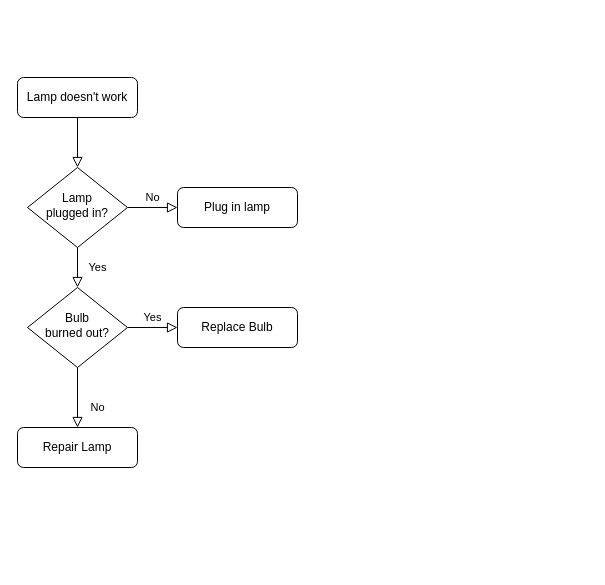
Above: Untitled Diagram.drawio in Thopc/Thopc (draw.io), before the change. Source tidied: cells renumbered, new cells numbered last; positions are measured from the earlier drawing's top-left corner, leaving out a move shared by most shapes. Both pictures are drawn from the tidied source at 100%, with x=0, y=0 at pixel (17, 77).
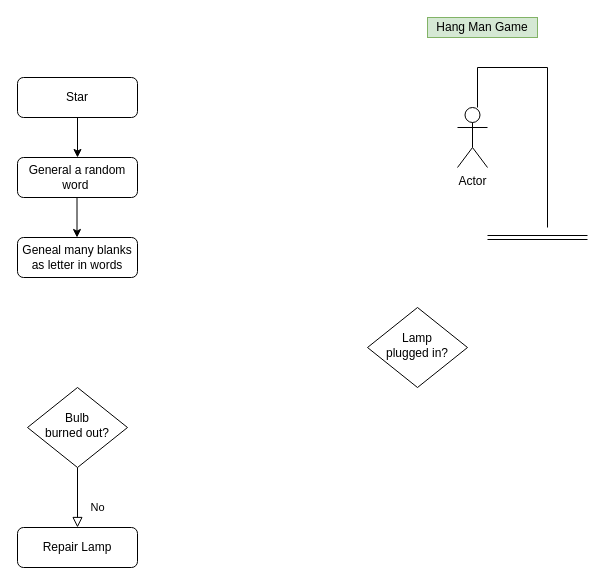
The same diagram, later.

Change to the diagram source:
```diff
@@
-    <mxCell id="2" style="rounded=0;html=1;jettySize=auto;fontSize=11;endArrow=block;endFill=0;endSize=8;strokeWidth=1;shadow=0;labelBackgroundColor=none;edgeStyle=orthogonalEdgeStyle;" parent="1" edge="1" source="3" target="6">
-      <mxGeometry relative="1" as="geometry" />
-    </mxCell>
-    <mxCell id="3" value="Lamp doesn't work" style="rounded=1;whiteSpace=wrap;html=1;fontSize=12;glass=0;strokeWidth=1;shadow=0;" parent="1" vertex="1">
+    <mxCell id="3" value="Star" style="rounded=1;whiteSpace=wrap;html=1;fontSize=12;glass=0;strokeWidth=1;shadow=0;" parent="1" vertex="1">
       <mxGeometry width="120" height="40" as="geometry" />
     </mxCell>
-    <mxCell id="4" value="Yes" style="rounded=0;html=1;jettySize=auto;fontSize=11;endArrow=block;endFill=0;endSize=8;strokeWidth=1;shadow=0;labelBackgroundColor=none;edgeStyle=orthogonalEdgeStyle;" parent="1" edge="1" source="6" target="10">
-      <mxGeometry y="20" relative="1" as="geometry" />
-    </mxCell>
-    <mxCell id="5" value="No" style="edgeStyle=orthogonalEdgeStyle;rounded=0;html=1;jettySize=auto;fontSize=11;endArrow=block;endFill=0;endSize=8;strokeWidth=1;shadow=0;labelBackgroundColor=none;" parent="1" edge="1" source="6" target="7">
-      <mxGeometry y="10" relative="1" as="geometry" />
-    </mxCell>
     <mxCell id="6" value="Lamp&lt;br&gt;plugged in?" style="rhombus;whiteSpace=wrap;html=1;shadow=0;fontFamily=Helvetica;fontSize=12;align=center;strokeWidth=1;spacing=6;spacingTop=-4;" parent="1" vertex="1">
-      <mxGeometry x="10" y="90" width="100" height="80" as="geometry" />
+      <mxGeometry x="350" y="230" width="100" height="80" as="geometry" />
     </mxCell>
-    <mxCell id="7" value="Plug in lamp" style="rounded=1;whiteSpace=wrap;html=1;fontSize=12;glass=0;strokeWidth=1;shadow=0;" parent="1" vertex="1">
-      <mxGeometry x="160" y="110" width="120" height="40" as="geometry" />
+    <mxCell id="7" value="General a random word&amp;nbsp;" style="rounded=1;whiteSpace=wrap;html=1;fontSize=12;glass=0;strokeWidth=1;shadow=0;" parent="1" vertex="1">
+      <mxGeometry y="80" width="120" height="40" as="geometry" />
     </mxCell>
@@
-    <mxCell id="9" value="Yes" style="edgeStyle=orthogonalEdgeStyle;rounded=0;html=1;jettySize=auto;fontSize=11;endArrow=block;endFill=0;endSize=8;strokeWidth=1;shadow=0;labelBackgroundColor=none;" parent="1" edge="1" source="10" target="12">
-      <mxGeometry y="10" relative="1" as="geometry" />
-    </mxCell>
     <mxCell id="10" value="Bulb&lt;br&gt;burned out?" style="rhombus;whiteSpace=wrap;html=1;shadow=0;fontFamily=Helvetica;fontSize=12;align=center;strokeWidth=1;spacing=6;spacingTop=-4;" parent="1" vertex="1">
-      <mxGeometry x="10" y="210" width="100" height="80" as="geometry" />
+      <mxGeometry x="10" y="310" width="100" height="80" as="geometry" />
     </mxCell>
     <mxCell id="11" value="Repair Lamp" style="rounded=1;whiteSpace=wrap;html=1;fontSize=12;glass=0;strokeWidth=1;shadow=0;" parent="1" vertex="1">
-      <mxGeometry y="350" width="120" height="40" as="geometry" />
+      <mxGeometry y="450" width="120" height="40" as="geometry" />
     </mxCell>
-    <mxCell id="12" value="Replace Bulb" style="rounded=1;whiteSpace=wrap;html=1;fontSize=12;glass=0;strokeWidth=1;shadow=0;" parent="1" vertex="1">
-      <mxGeometry x="160" y="230" width="120" height="40" as="geometry" />
+    <mxCell id="12" value="Geneal many blanks as letter in words" style="rounded=1;whiteSpace=wrap;html=1;fontSize=12;glass=0;strokeWidth=1;shadow=0;" parent="1" vertex="1">
+      <mxGeometry y="160" width="120" height="40" as="geometry" />
     </mxCell>
+    <mxCell id="13" style="endArrow=classic;html=1;exitX=0.5;exitY=1;exitDx=0;exitDy=0;" parent="1" edge="1" source="3">
+      <mxGeometry relative="1" as="geometry">
+        <mxPoint x="60" y="80" as="targetPoint" />
+      </mxGeometry>
+    </mxCell>
+    <mxCell id="14" style="shape=link;html=1;" parent="1" edge="1">
+      <mxGeometry relative="1" as="geometry">
+        <mxPoint x="470" y="160" as="sourcePoint" />
+        <mxPoint x="570" y="160" as="targetPoint" />
+      </mxGeometry>
+    </mxCell>
+    <mxCell id="15" style="endArrow=none;html=1;" parent="1" edge="1">
+      <mxGeometry relative="1" as="geometry">
+        <mxPoint x="530" y="150" as="sourcePoint" />
+        <mxPoint x="530" y="-10" as="targetPoint" />
+      </mxGeometry>
+    </mxCell>
+    <mxCell id="16" style="endArrow=none;html=1;" parent="1" edge="1">
+      <mxGeometry relative="1" as="geometry">
+        <mxPoint x="460" y="-10" as="sourcePoint" />
+        <mxPoint x="530" y="-10" as="targetPoint" />
+      </mxGeometry>
+    </mxCell>
+    <mxCell id="17" style="endArrow=none;html=1;" parent="1" edge="1">
+      <mxGeometry relative="1" as="geometry">
+        <mxPoint x="460" y="30" as="sourcePoint" />
+        <mxPoint x="460" y="-10" as="targetPoint" />
+      </mxGeometry>
+    </mxCell>
+    <mxCell id="18" value="Actor" style="shape=umlActor;verticalLabelPosition=bottom;verticalAlign=top;html=1;" parent="1" vertex="1">
+      <mxGeometry x="440" y="30" width="30" height="60" as="geometry" />
+    </mxCell>
+    <mxCell id="19" value="Hang Man Game" style="text;html=1;strokeColor=#82b366;fillColor=#d5e8d4;align=center;verticalAlign=middle;whiteSpace=wrap;rounded=0;" parent="1" vertex="1">
+      <mxGeometry x="410" y="-60" width="110" height="20" as="geometry" />
+    </mxCell>
+    <mxCell id="20" style="endArrow=classic;html=1;exitX=0.5;exitY=1;exitDx=0;exitDy=0;" parent="1" edge="1">
+      <mxGeometry relative="1" as="geometry">
+        <mxPoint x="59.5" y="120" as="sourcePoint" />
+        <mxPoint x="59.5" y="160" as="targetPoint" />
+      </mxGeometry>
+    </mxCell>
```
